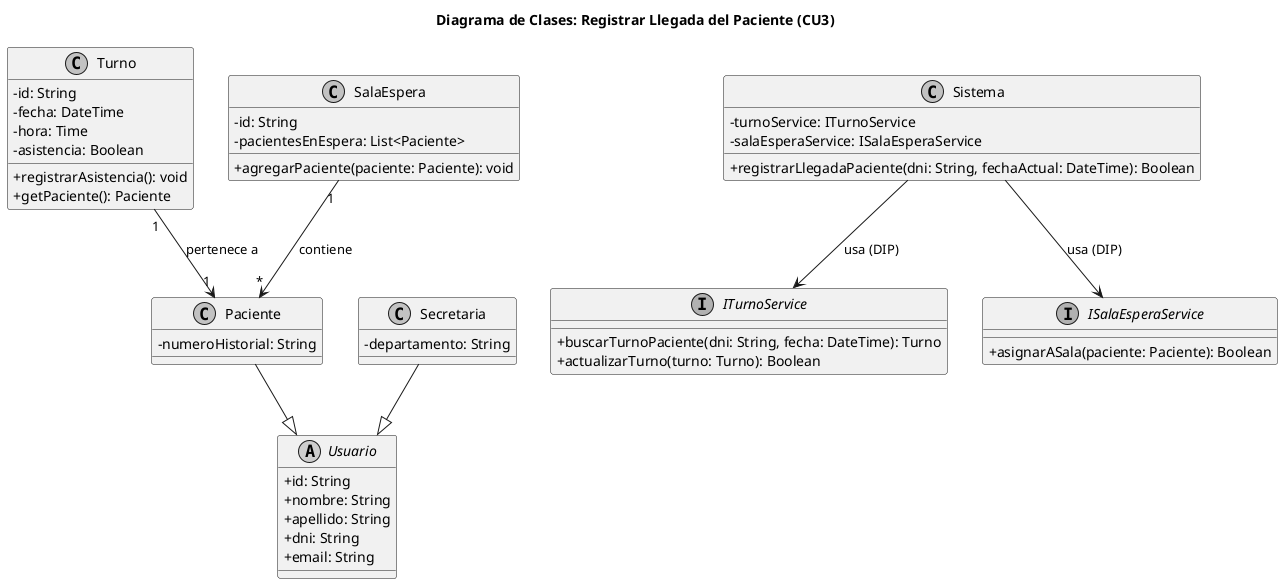
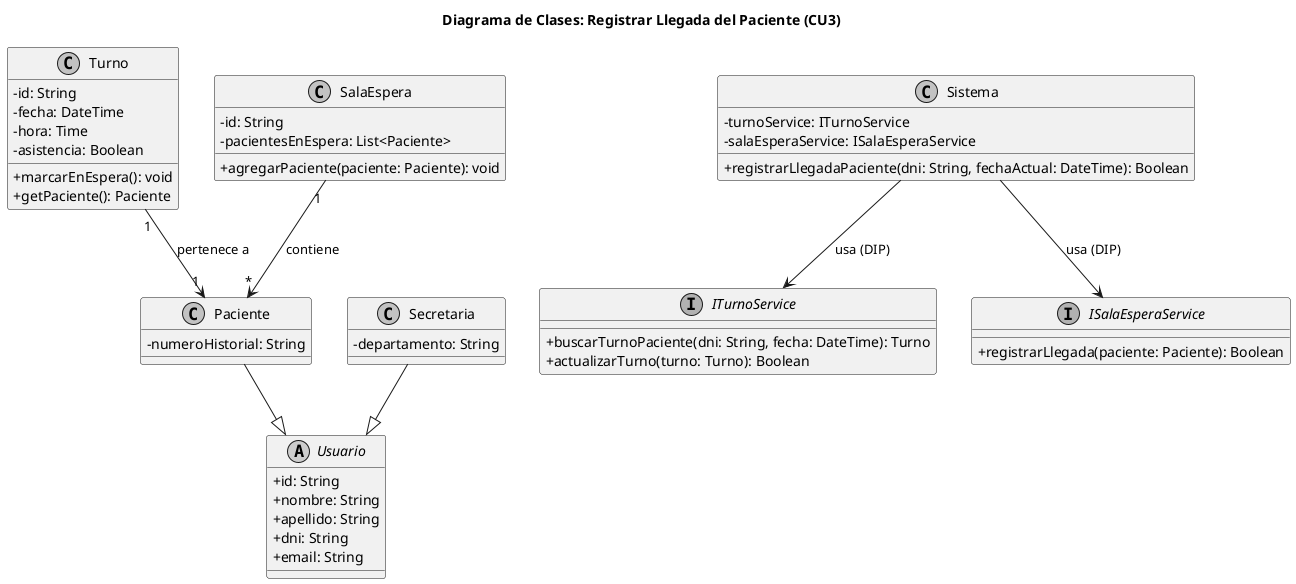
@startuml 03-clases-registrar-llegada-03
title Diagrama de Clases: Registrar Llegada del Paciente (CU3)

skinparam classAttributeIconSize 0
skinparam monochrome true

abstract class Usuario {
    +id: String
    +nombre: String
    +apellido: String
    +dni: String
    +email: String
}

class Paciente {
    -numeroHistorial: String
}

class Secretaria {
    -departamento: String
}

class Turno {
    -id: String
    -fecha: DateTime
    -hora: Time
    -asistencia: Boolean
-     +registrarAsistencia(): void
+     +marcarEnEspera(): void
    +getPaciente(): Paciente
}

class SalaEspera {
    -id: String
    -pacientesEnEspera: List<Paciente>
    +agregarPaciente(paciente: Paciente): void
}

interface ITurnoService {
    +buscarTurnoPaciente(dni: String, fecha: DateTime): Turno
    +actualizarTurno(turno: Turno): Boolean
}

interface ISalaEsperaService {
-     +asignarASala(paciente: Paciente): Boolean
+     +registrarLlegada(paciente: Paciente): Boolean
}

class Sistema {
    -turnoService: ITurnoService
    -salaEsperaService: ISalaEsperaService
    +registrarLlegadaPaciente(dni: String, fechaActual: DateTime): Boolean
}

Paciente --|> Usuario
Secretaria --|> Usuario
Turno "1" --> "1" Paciente : pertenece a
Sistema --> ITurnoService : usa (DIP)
Sistema --> ISalaEsperaService : usa (DIP)
SalaEspera "1" --> "*" Paciente : contiene

@enduml